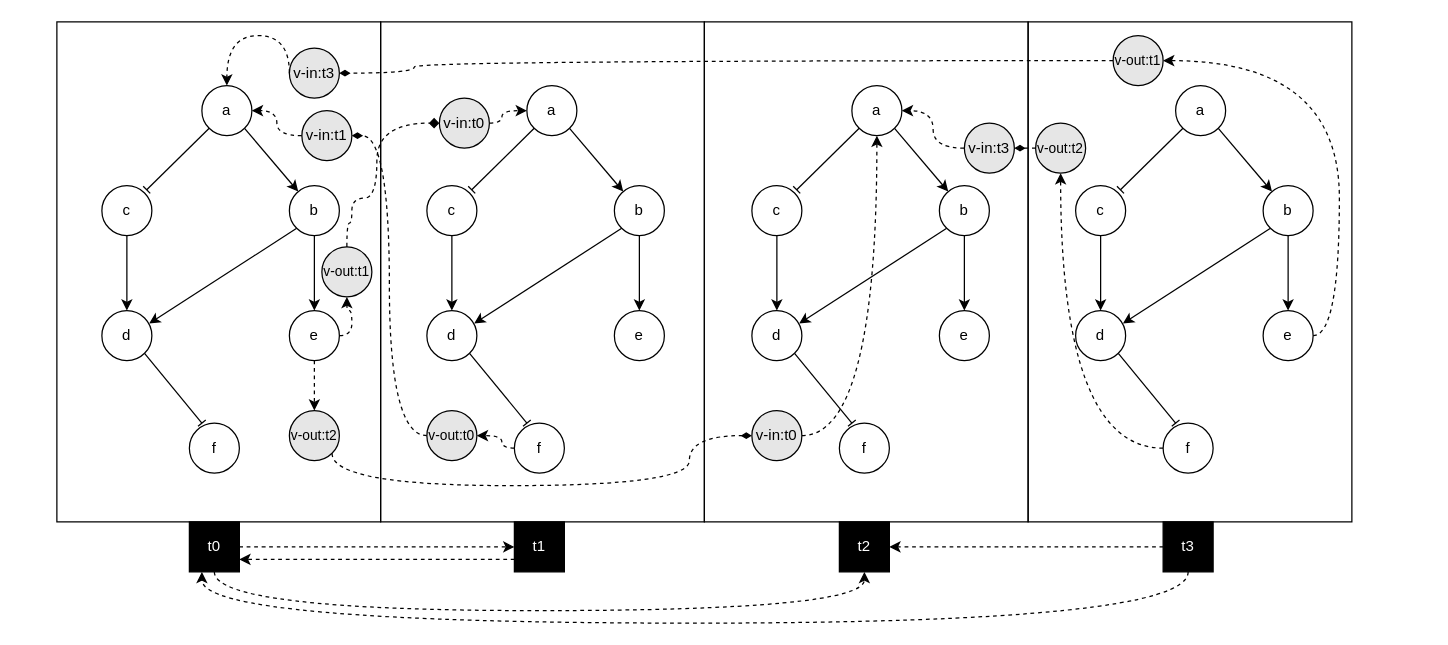
Before: docs/useCase1-WithInteractions.drawio in josura/c2c-sepia, a draw.io diagram. Source tidied: cells renumbered, new cells numbered last; positions are measured from the earlier drawing's top-left corner, leaving out a move shared by most shapes. Both pictures are drawn from the tidied source at 125%, with x=0, y=0 at pixel (56, 21).
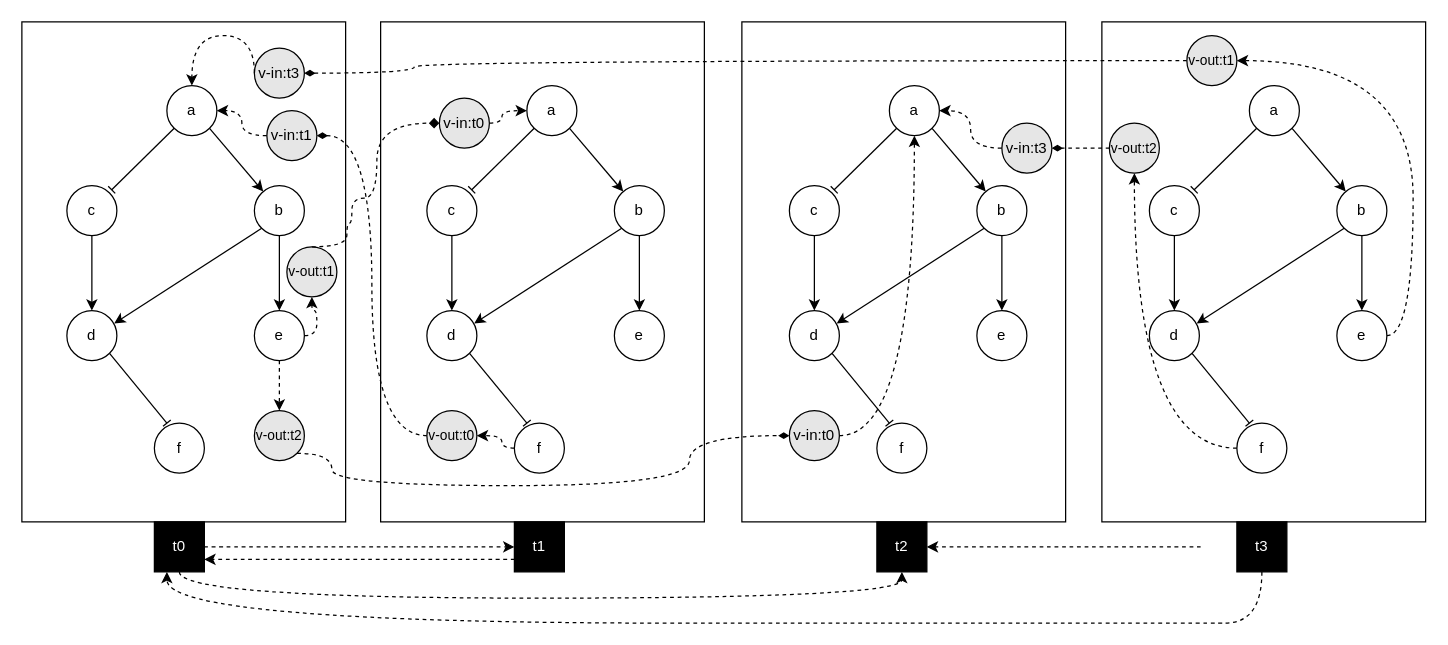
After the change.

Diff of the diagram source:
```diff
@@
     <mxCell id="2" style="rounded=0;whiteSpace=wrap;html=1;fillColor=none;" parent="1" vertex="1">
-      <mxGeometry x="777" width="259" height="400" as="geometry" />
+      <mxGeometry x="836" width="259" height="400" as="geometry" />
     </mxCell>
     <mxCell id="3" style="rounded=0;whiteSpace=wrap;html=1;fillColor=none;" parent="1" vertex="1">
-      <mxGeometry x="518" width="259" height="400" as="geometry" />
+      <mxGeometry x="548" width="259" height="400" as="geometry" />
     </mxCell>
@@
     <mxCell id="5" style="rounded=0;whiteSpace=wrap;html=1;fillColor=none;" parent="1" vertex="1">
-      <mxGeometry width="259" height="400" as="geometry" />
+      <mxGeometry x="-28" width="259" height="400" as="geometry" />
     </mxCell>
@@
     <mxCell id="8" value="a" style="ellipse;whiteSpace=wrap;html=1;" parent="1" vertex="1">
-      <mxGeometry x="636" y="51" width="40" height="40" as="geometry" />
+      <mxGeometry x="666" y="51" width="40" height="40" as="geometry" />
     </mxCell>
@@
     <mxCell id="11" value="b" style="ellipse;whiteSpace=wrap;html=1;" parent="1" vertex="1">
-      <mxGeometry x="706" y="131" width="40" height="40" as="geometry" />
+      <mxGeometry x="736" y="131" width="40" height="40" as="geometry" />
     </mxCell>
@@
     <mxCell id="13" value="c" style="ellipse;whiteSpace=wrap;html=1;" parent="1" vertex="1">
-      <mxGeometry x="556" y="131" width="40" height="40" as="geometry" />
+      <mxGeometry x="586" y="131" width="40" height="40" as="geometry" />
     </mxCell>
     <mxCell id="14" value="e" style="ellipse;whiteSpace=wrap;html=1;" parent="1" vertex="1">
-      <mxGeometry x="706" y="231" width="40" height="40" as="geometry" />
+      <mxGeometry x="736" y="231" width="40" height="40" as="geometry" />
     </mxCell>
@@
     <mxCell id="16" value="d" style="ellipse;whiteSpace=wrap;html=1;" parent="1" vertex="1">
-      <mxGeometry x="556" y="231" width="40" height="40" as="geometry" />
+      <mxGeometry x="586" y="231" width="40" height="40" as="geometry" />
     </mxCell>
     <mxCell id="17" value="f" style="ellipse;whiteSpace=wrap;html=1;" parent="1" vertex="1">
-      <mxGeometry x="626" y="321" width="40" height="40" as="geometry" />
+      <mxGeometry x="656" y="321" width="40" height="40" as="geometry" />
     </mxCell>
@@
     <mxCell id="20" value="a" style="ellipse;whiteSpace=wrap;html=1;" parent="1" vertex="1">
-      <mxGeometry x="895" y="51" width="40" height="40" as="geometry" />
+      <mxGeometry x="954" y="51" width="40" height="40" as="geometry" />
     </mxCell>
@@
     <mxCell id="23" value="b" style="ellipse;whiteSpace=wrap;html=1;" parent="1" vertex="1">
-      <mxGeometry x="965" y="131" width="40" height="40" as="geometry" />
+      <mxGeometry x="1024" y="131" width="40" height="40" as="geometry" />
     </mxCell>
@@
     <mxCell id="25" value="c" style="ellipse;whiteSpace=wrap;html=1;" parent="1" vertex="1">
-      <mxGeometry x="815" y="131" width="40" height="40" as="geometry" />
+      <mxGeometry x="874" y="131" width="40" height="40" as="geometry" />
     </mxCell>
     <mxCell id="26" style="edgeStyle=orthogonalEdgeStyle;curved=1;rounded=0;jettySize=auto;html=1;exitX=0;exitY=0.5;exitDx=0;exitDy=0;entryX=0.5;entryY=0;entryDx=0;entryDy=0;dashed=1;" parent="1" edge="1" source="71" target="47">
       <mxGeometry relative="1" as="geometry">
         <Array as="points">
-          <mxPoint x="186" y="11" />
-          <mxPoint x="136" y="11" />
+          <mxPoint x="158" y="11" />
+          <mxPoint x="108" y="11" />
         </Array>
       </mxGeometry>
     </mxCell>
     <mxCell id="27" value="e" style="ellipse;whiteSpace=wrap;html=1;" parent="1" vertex="1">
-      <mxGeometry x="965" y="231" width="40" height="40" as="geometry" />
+      <mxGeometry x="1024" y="231" width="40" height="40" as="geometry" />
     </mxCell>
@@
     <mxCell id="29" value="d" style="ellipse;whiteSpace=wrap;html=1;" parent="1" vertex="1">
-      <mxGeometry x="815" y="231" width="40" height="40" as="geometry" />
+      <mxGeometry x="874" y="231" width="40" height="40" as="geometry" />
     </mxCell>
@@
     <mxCell id="31" value="f" style="ellipse;whiteSpace=wrap;html=1;" parent="1" vertex="1">
-      <mxGeometry x="885" y="321" width="40" height="40" as="geometry" />
+      <mxGeometry x="944" y="321" width="40" height="40" as="geometry" />
     </mxCell>
@@
     <mxCell id="47" value="a" style="ellipse;whiteSpace=wrap;html=1;" parent="1" vertex="1">
-      <mxGeometry x="116" y="51" width="40" height="40" as="geometry" />
+      <mxGeometry x="88" y="51" width="40" height="40" as="geometry" />
     </mxCell>
@@
     <mxCell id="50" value="b" style="ellipse;whiteSpace=wrap;html=1;" parent="1" vertex="1">
-      <mxGeometry x="186" y="131" width="40" height="40" as="geometry" />
+      <mxGeometry x="158" y="131" width="40" height="40" as="geometry" />
     </mxCell>
@@
     <mxCell id="52" value="c" style="ellipse;whiteSpace=wrap;html=1;" parent="1" vertex="1">
-      <mxGeometry x="36" y="131" width="40" height="40" as="geometry" />
+      <mxGeometry x="8" y="131" width="40" height="40" as="geometry" />
     </mxCell>
@@
     <mxCell id="55" value="e" style="ellipse;whiteSpace=wrap;html=1;" parent="1" vertex="1">
-      <mxGeometry x="186" y="231" width="40" height="40" as="geometry" />
+      <mxGeometry x="158" y="231" width="40" height="40" as="geometry" />
     </mxCell>
@@
     <mxCell id="57" value="d" style="ellipse;whiteSpace=wrap;html=1;" parent="1" vertex="1">
-      <mxGeometry x="36" y="231" width="40" height="40" as="geometry" />
+      <mxGeometry x="8" y="231" width="40" height="40" as="geometry" />
     </mxCell>
     <mxCell id="58" value="f" style="ellipse;whiteSpace=wrap;html=1;" parent="1" vertex="1">
-      <mxGeometry x="106" y="321" width="40" height="40" as="geometry" />
+      <mxGeometry x="78" y="321" width="40" height="40" as="geometry" />
     </mxCell>
@@
     <mxCell id="60" style="edgeStyle=orthogonalEdgeStyle;curved=1;rounded=0;jettySize=auto;html=1;exitX=0.5;exitY=1;exitDx=0;exitDy=0;entryX=0.5;entryY=1;entryDx=0;entryDy=0;dashed=1;" parent="1" edge="1" source="61" target="64">
       <mxGeometry relative="1" as="geometry">
         <Array as="points">
-          <mxPoint x="126" y="471" />
-          <mxPoint x="646" y="471" />
+          <mxPoint x="98" y="461" />
+          <mxPoint x="676" y="461" />
         </Array>
       </mxGeometry>
     </mxCell>
     <mxCell id="61" value="&lt;font color=&quot;#ffffff&quot;&gt;t0&lt;/font&gt;" style="rounded=0;whiteSpace=wrap;html=1;fillColor=#000000;" parent="1" vertex="1">
-      <mxGeometry x="106" y="400" width="40" height="40" as="geometry" />
+      <mxGeometry x="78" y="400" width="40" height="40" as="geometry" />
     </mxCell>
@@
     <mxCell id="64" value="&lt;font color=&quot;#ffffff&quot;&gt;t2&lt;/font&gt;" style="rounded=0;whiteSpace=wrap;html=1;fillColor=#000000;" parent="1" vertex="1">
-      <mxGeometry x="626" y="400" width="40" height="40" as="geometry" />
+      <mxGeometry x="656" y="400" width="40" height="40" as="geometry" />
     </mxCell>
@@
-    <mxCell id="66" style="edgeStyle=orthogonalEdgeStyle;curved=1;rounded=0;jettySize=auto;html=1;exitX=0;exitY=0.5;exitDx=0;exitDy=0;entryX=1;entryY=0.5;entryDx=0;entryDy=0;dashed=1;" parent="1" edge="1" source="67" target="64">
-      <mxGeometry relative="1" as="geometry" />
+    <mxCell id="66" style="edgeStyle=orthogonalEdgeStyle;curved=1;rounded=0;orthogonalLoop=1;jettySize=auto;html=1;exitX=0;exitY=0.5;exitDx=0;exitDy=0;entryX=1;entryY=0.5;entryDx=0;entryDy=0;dashed=1;" parent="1" edge="1">
+      <mxGeometry relative="1" as="geometry">
+        <mxPoint x="915" y="420" as="sourcePoint" />
+        <mxPoint x="696" y="420" as="targetPoint" />
+      </mxGeometry>
     </mxCell>
     <mxCell id="67" value="&lt;font color=&quot;#ffffff&quot;&gt;t3&lt;/font&gt;" style="rounded=0;whiteSpace=wrap;html=1;fillColor=#000000;" parent="1" vertex="1">
-      <mxGeometry x="885" y="400" width="40" height="40" as="geometry" />
+      <mxGeometry x="944" y="400" width="40" height="40" as="geometry" />
     </mxCell>
@@
     <mxCell id="69" value="v-in:t1" style="ellipse;whiteSpace=wrap;html=1;fillColor=#E6E6E6;" parent="1" vertex="1">
-      <mxGeometry x="196" y="71" width="40" height="40" as="geometry" />
+      <mxGeometry x="168" y="71" width="40" height="40" as="geometry" />
     </mxCell>
@@
     <mxCell id="71" value="v-in:t3" style="ellipse;whiteSpace=wrap;html=1;fillColor=#E6E6E6;" parent="1" vertex="1">
-      <mxGeometry x="186" y="21" width="40" height="40" as="geometry" />
+      <mxGeometry x="158" y="21" width="40" height="40" as="geometry" />
     </mxCell>
@@
     <mxCell id="73" value="v-in:t3" style="ellipse;whiteSpace=wrap;html=1;fillColor=#E6E6E6;" parent="1" vertex="1">
-      <mxGeometry x="726" y="81" width="40" height="40" as="geometry" />
+      <mxGeometry x="756" y="81" width="40" height="40" as="geometry" />
     </mxCell>
     <mxCell id="74" style="edgeStyle=orthogonalEdgeStyle;curved=1;rounded=0;jettySize=auto;html=1;exitX=1;exitY=0.5;exitDx=0;exitDy=0;entryX=0.5;entryY=1;entryDx=0;entryDy=0;dashed=1;" parent="1" edge="1" source="55" target="86">
       <mxGeometry relative="1" as="geometry">
         <Array as="points">
-          <mxPoint x="236" y="251" />
-          <mxPoint x="236" y="231" />
-          <mxPoint x="232" y="231" />
+          <mxPoint x="208" y="251" />
+          <mxPoint x="208" y="231" />
+          <mxPoint x="204" y="231" />
         </Array>
       </mxGeometry>
     </mxCell>
@@
     <mxCell id="77" value="v-in:t0" style="ellipse;whiteSpace=wrap;html=1;fillColor=#E6E6E6;" parent="1" vertex="1">
-      <mxGeometry x="556" y="311" width="40" height="40" as="geometry" />
+      <mxGeometry x="586" y="311" width="40" height="40" as="geometry" />
     </mxCell>
     <mxCell id="78" style="edgeStyle=orthogonalEdgeStyle;curved=1;rounded=0;jettySize=auto;html=1;exitX=0;exitY=0.5;exitDx=0;exitDy=0;entryX=0.5;entryY=1;entryDx=0;entryDy=0;dashed=1;" parent="1" edge="1" source="31" target="79">
       <mxGeometry relative="1" as="geometry">
         <Array as="points">
-          <mxPoint x="803" y="341" />
+          <mxPoint x="862" y="341" />
         </Array>
       </mxGeometry>
     </mxCell>
     <mxCell id="79" value="&lt;font style=&quot;font-size: 11px;&quot;&gt;v-out:t2&lt;/font&gt;" style="ellipse;whiteSpace=wrap;html=1;fillColor=#E6E6E6;" parent="1" vertex="1">
-      <mxGeometry x="783" y="81" width="40" height="40" as="geometry" />
+      <mxGeometry x="842" y="81" width="40" height="40" as="geometry" />
     </mxCell>
     <mxCell id="80" style="edgeStyle=orthogonalEdgeStyle;curved=1;rounded=0;jettySize=auto;html=1;exitX=1;exitY=0.5;exitDx=0;exitDy=0;entryX=1;entryY=0.5;entryDx=0;entryDy=0;dashed=1;" parent="1" edge="1" source="27" target="81">
       <mxGeometry relative="1" as="geometry">
         <Array as="points">
-          <mxPoint x="1026" y="251" />
-          <mxPoint x="1026" y="31" />
+          <mxPoint x="1085" y="251" />
+          <mxPoint x="1085" y="31" />
         </Array>
       </mxGeometry>
     </mxCell>
     <mxCell id="81" value="&lt;font style=&quot;font-size: 11px;&quot;&gt;v-out:t1&lt;/font&gt;" style="ellipse;whiteSpace=wrap;html=1;fillColor=#E6E6E6;" parent="1" vertex="1">
-      <mxGeometry x="845" y="11" width="40" height="40" as="geometry" />
+      <mxGeometry x="904" y="11" width="40" height="40" as="geometry" />
     </mxCell>
@@
     <mxCell id="85" value="&lt;font style=&quot;font-size: 11px;&quot;&gt;v-out:t2&lt;/font&gt;" style="ellipse;whiteSpace=wrap;html=1;fillColor=#E6E6E6;" parent="1" vertex="1">
-      <mxGeometry x="186" y="311" width="40" height="40" as="geometry" />
+      <mxGeometry x="158" y="311" width="40" height="40" as="geometry" />
     </mxCell>
     <mxCell id="86" value="&lt;font style=&quot;font-size: 11px;&quot;&gt;v-out:t1&lt;/font&gt;" style="ellipse;whiteSpace=wrap;html=1;fillColor=#E6E6E6;" parent="1" vertex="1">
-      <mxGeometry x="212" y="180" width="40" height="40" as="geometry" />
+      <mxGeometry x="184" y="180" width="40" height="40" as="geometry" />
     </mxCell>
```
